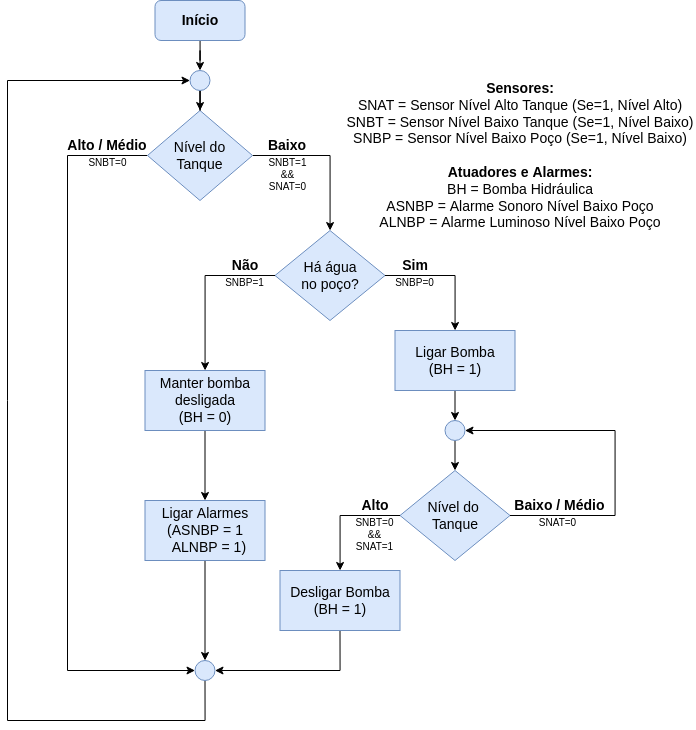
The draw.io diagram Fluxograma.drawio.png in felipemohr/DLP_Tankinho, before a commit. Source tidied: cells renumbered, new cells last; positions are measured from the earlier drawing's top-left corner, leaving out a move shared by most shapes.
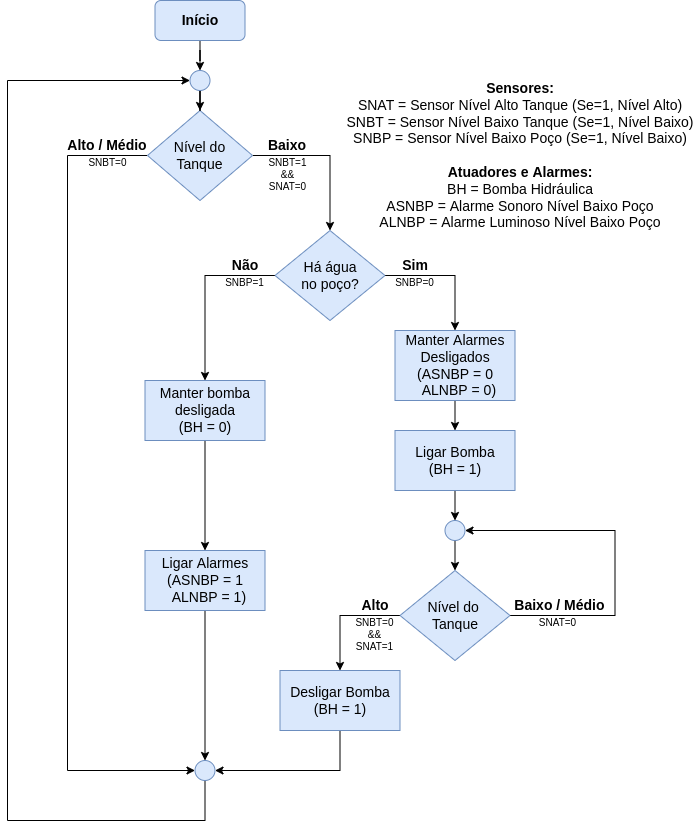
The same file after the commit.

Diff of the diagram source:
```diff
@@ -15,7 +15,7 @@
       <mxGeometry relative="1" as="geometry">
         <Array as="points">
           <mxPoint x="60" y="155" />
-          <mxPoint x="60" y="670" />
+          <mxPoint x="60" y="770" />
         </Array>
       </mxGeometry>
     </mxCell>
@@ -31,23 +31,23 @@
     <mxCell id="9" value="Há água&lt;br&gt;no poço?" style="rhombus;whiteSpace=wrap;html=1;fontSize=14;fillColor=#dae8fc;strokeColor=#6c8ebf;" parent="1" vertex="1">
       <mxGeometry x="267.5" y="230" width="110" height="90" as="geometry" />
     </mxCell>
-    <mxCell id="10" style="edgeStyle=orthogonalEdgeStyle;rounded=0;jettySize=auto;html=1;fontSize=14;" parent="1" edge="1" source="11" target="21">
+    <mxCell id="10" style="edgeStyle=orthogonalEdgeStyle;rounded=0;jettySize=auto;html=1;fontSize=14;exitX=0.5;exitY=1;exitDx=0;exitDy=0;" parent="1" edge="1" source="11" target="21">
       <mxGeometry relative="1" as="geometry" />
     </mxCell>
     <mxCell id="11" value="Manter bomba desligada&lt;br&gt;(BH = 0)" style="rounded=0;whiteSpace=wrap;html=1;fontSize=14;fillColor=#dae8fc;strokeColor=#6c8ebf;" parent="1" vertex="1">
-      <mxGeometry x="137.5" y="370" width="120" height="60" as="geometry" />
+      <mxGeometry x="137.5" y="380" width="120" height="60" as="geometry" />
     </mxCell>
-    <mxCell id="12" style="edgeStyle=orthogonalEdgeStyle;rounded=0;jettySize=auto;html=1;exitX=0.5;exitY=1;exitDx=0;exitDy=0;entryX=0.5;entryY=0;entryDx=0;entryDy=0;" parent="1" edge="1" source="13" target="27">
-      <mxGeometry relative="1" as="geometry" />
-    </mxCell>
+    <mxCell id="40" style="edgeStyle=orthogonalEdgeStyle;rounded=0;jettySize=auto;html=1;exitX=0.5;exitY=1;exitDx=0;exitDy=0;entryX=0.5;entryY=0;entryDx=0;entryDy=0;" parent="1" edge="1" source="13" target="42">
+      <mxGeometry relative="1" as="geometry" />
+    </mxCell>
-    <mxCell id="13" value="Ligar Bomba&lt;br&gt;(BH = 1)" style="rounded=0;whiteSpace=wrap;html=1;fontSize=14;fillColor=#dae8fc;strokeColor=#6c8ebf;" parent="1" vertex="1">
-      <mxGeometry x="387.5" y="330" width="120" height="60" as="geometry" />
+    <mxCell id="13" value="Manter Alarmes Desligados&lt;br&gt;(ASNBP = 0&lt;br&gt;&amp;nbsp; ALNBP = 0)" style="rounded=0;whiteSpace=wrap;html=1;fontSize=14;fillColor=#dae8fc;strokeColor=#6c8ebf;" parent="1" vertex="1">
+      <mxGeometry x="387.5" y="330" width="120" height="70" as="geometry" />
     </mxCell>
     <mxCell id="14" style="edgeStyle=orthogonalEdgeStyle;rounded=0;jettySize=auto;html=1;exitX=1;exitY=0.5;exitDx=0;exitDy=0;entryX=1;entryY=0.5;entryDx=0;entryDy=0;fontSize=14;" parent="1" edge="1" source="16" target="27">
       <mxGeometry relative="1" as="geometry">
         <Array as="points">
-          <mxPoint x="607.5" y="515" />
-          <mxPoint x="607.5" y="430" />
+          <mxPoint x="607.5" y="615" />
+          <mxPoint x="607.5" y="530" />
         </Array>
       </mxGeometry>
     </mxCell>
@@ -55,13 +55,13 @@
       <mxGeometry relative="1" as="geometry" />
     </mxCell>
     <mxCell id="16" value="Nível do &lt;br&gt;Tanque" style="rhombus;whiteSpace=wrap;html=1;fontSize=14;fillColor=#dae8fc;strokeColor=#6c8ebf;" parent="1" vertex="1">
-      <mxGeometry x="392.5" y="470" width="110" height="90" as="geometry" />
+      <mxGeometry x="392.5" y="570" width="110" height="90" as="geometry" />
     </mxCell>
     <mxCell id="17" style="edgeStyle=orthogonalEdgeStyle;rounded=0;jettySize=auto;html=1;exitX=0.5;exitY=1;exitDx=0;exitDy=0;entryX=1;entryY=0.5;entryDx=0;entryDy=0;fontSize=14;" parent="1" edge="1" source="18" target="25">
       <mxGeometry relative="1" as="geometry" />
     </mxCell>
     <mxCell id="18" value="Desligar Bomba&lt;br&gt;(BH = 1)" style="rounded=0;whiteSpace=wrap;html=1;fontSize=14;fillColor=#dae8fc;strokeColor=#6c8ebf;" parent="1" vertex="1">
-      <mxGeometry x="272.5" y="570" width="120" height="60" as="geometry" />
+      <mxGeometry x="272.5" y="670" width="120" height="60" as="geometry" />
     </mxCell>
     <mxCell id="19" value="&lt;b&gt;Sensores:&lt;br&gt;&lt;/b&gt;SNAT = Sensor Nível Alto Tanque (Se=1, Nível Alto)&lt;br&gt;SNBT = Sensor Nível Baixo Tanque (Se=1, Nível Baixo)&lt;br&gt;SNBP = Sensor Nível Baixo Poço (Se=1, Nível Baixo)&lt;br&gt;&lt;br&gt;&lt;b&gt;Atuadores e Alarmes:&lt;br&gt;&lt;/b&gt;BH = Bomba Hidráulica&lt;br&gt;ASNBP = Alarme Sonoro Nível Baixo Poço&lt;br&gt;ALNBP = Alarme Luminoso Nível Baixo Poço" style="text;html=1;strokeColor=none;fillColor=none;align=center;verticalAlign=middle;whiteSpace=wrap;rounded=0;fontSize=14;" parent="1" vertex="1">
       <mxGeometry x="337.5" y="65" width="350" height="180" as="geometry" />
@@ -70,7 +70,7 @@
       <mxGeometry relative="1" as="geometry" />
     </mxCell>
     <mxCell id="21" value="Ligar Alarmes&lt;br&gt;(ASNBP = 1&lt;br&gt;&amp;nbsp; ALNBP = 1)" style="rounded=0;whiteSpace=wrap;html=1;fontSize=14;fillColor=#dae8fc;strokeColor=#6c8ebf;" parent="1" vertex="1">
-      <mxGeometry x="137.5" y="500" width="120" height="60" as="geometry" />
+      <mxGeometry x="137.5" y="550" width="120" height="60" as="geometry" />
     </mxCell>
     <mxCell id="22" style="edgeStyle=orthogonalEdgeStyle;rounded=0;jettySize=auto;html=1;fontSize=14;" parent="1" edge="1" source="23" target="6">
       <mxGeometry relative="1" as="geometry" />
@@ -81,20 +81,20 @@
     <mxCell id="24" style="edgeStyle=orthogonalEdgeStyle;rounded=0;jettySize=auto;html=1;exitX=0.5;exitY=1;exitDx=0;exitDy=0;entryX=0;entryY=0.5;entryDx=0;entryDy=0;fontSize=14;" parent="1" edge="1" source="25" target="23">
       <mxGeometry relative="1" as="geometry">
         <Array as="points">
-          <mxPoint x="198" y="720" />
-          <mxPoint y="720" />
+          <mxPoint x="198" y="820" />
+          <mxPoint y="820" />
           <mxPoint y="80" />
         </Array>
       </mxGeometry>
     </mxCell>
     <mxCell id="25" style="ellipse;whiteSpace=wrap;html=1;fontSize=14;fillColor=#dae8fc;strokeColor=#6c8ebf;" parent="1" vertex="1">
-      <mxGeometry x="187.5" y="660" width="20" height="20" as="geometry" />
+      <mxGeometry x="187.5" y="760" width="20" height="20" as="geometry" />
     </mxCell>
     <mxCell id="26" style="edgeStyle=orthogonalEdgeStyle;rounded=0;jettySize=auto;html=1;exitX=0.5;exitY=1;exitDx=0;exitDy=0;entryX=0.5;entryY=0;entryDx=0;entryDy=0;" parent="1" edge="1" source="27" target="16">
       <mxGeometry relative="1" as="geometry" />
     </mxCell>
     <mxCell id="27" style="ellipse;whiteSpace=wrap;html=1;fontSize=14;fillColor=#dae8fc;strokeColor=#6c8ebf;" parent="1" vertex="1">
-      <mxGeometry x="437.5" y="420" width="20" height="20" as="geometry" />
+      <mxGeometry x="437.5" y="520" width="20" height="20" as="geometry" />
     </mxCell>
     <mxCell id="28" value="&lt;b style=&quot;font-size: 14px;&quot;&gt;Baixo&lt;/b&gt;" style="text;html=1;strokeColor=none;fillColor=none;align=center;verticalAlign=middle;whiteSpace=wrap;rounded=0;fontSize=14;" parent="1" vertex="1">
       <mxGeometry x="250" y="130" width="60" height="30" as="geometry" />
@@ -121,16 +121,22 @@
       <mxGeometry x="200" y="270" width="75" height="60" as="geometry" />
     </mxCell>
     <mxCell id="36" value="&lt;b style=&quot;font-size: 14px;&quot;&gt;Alto&lt;/b&gt;" style="text;html=1;strokeColor=none;fillColor=none;align=center;verticalAlign=middle;whiteSpace=wrap;rounded=0;fontSize=14;" parent="1" vertex="1">
-      <mxGeometry x="337.5" y="490" width="60" height="30" as="geometry" />
+      <mxGeometry x="337.5" y="590" width="60" height="30" as="geometry" />
     </mxCell>
     <mxCell id="37" value="&lt;b style=&quot;font-size: 14px;&quot;&gt;&amp;nbsp;Baixo / Médio&lt;/b&gt;" style="text;html=1;strokeColor=none;fillColor=none;align=center;verticalAlign=middle;whiteSpace=wrap;rounded=0;fontSize=14;" parent="1" vertex="1">
-      <mxGeometry x="497.5" y="490" width="105" height="30" as="geometry" />
+      <mxGeometry x="497.5" y="590" width="105" height="30" as="geometry" />
     </mxCell>
     <mxCell id="38" value="SNBT=0&lt;br&gt;&amp;amp;&amp;amp;&lt;br&gt;SNAT=1" style="text;whiteSpace=wrap;html=1;fontSize=10;align=center;" parent="1" vertex="1">
-      <mxGeometry x="330" y="510" width="75" height="50" as="geometry" />
+      <mxGeometry x="330" y="610" width="75" height="50" as="geometry" />
     </mxCell>
     <mxCell id="39" value="SNAT=0" style="text;whiteSpace=wrap;html=1;fontSize=10;align=center;" parent="1" vertex="1">
-      <mxGeometry x="512.5" y="510" width="75" height="20" as="geometry" />
+      <mxGeometry x="512.5" y="610" width="75" height="20" as="geometry" />
     </mxCell>
+    <mxCell id="41" style="edgeStyle=orthogonalEdgeStyle;rounded=0;jettySize=auto;html=1;exitX=0.5;exitY=1;exitDx=0;exitDy=0;entryX=0.5;entryY=0;entryDx=0;entryDy=0;" parent="1" edge="1" source="42" target="27">
+      <mxGeometry relative="1" as="geometry" />
+    </mxCell>
+    <mxCell id="42" value="Ligar Bomba&lt;br&gt;(BH = 1)" style="rounded=0;whiteSpace=wrap;html=1;fontSize=14;fillColor=#dae8fc;strokeColor=#6c8ebf;" parent="1" vertex="1">
+      <mxGeometry x="387.5" y="430" width="120" height="60" as="geometry" />
+    </mxCell>
   </root>
 </mxGraphModel>
```
